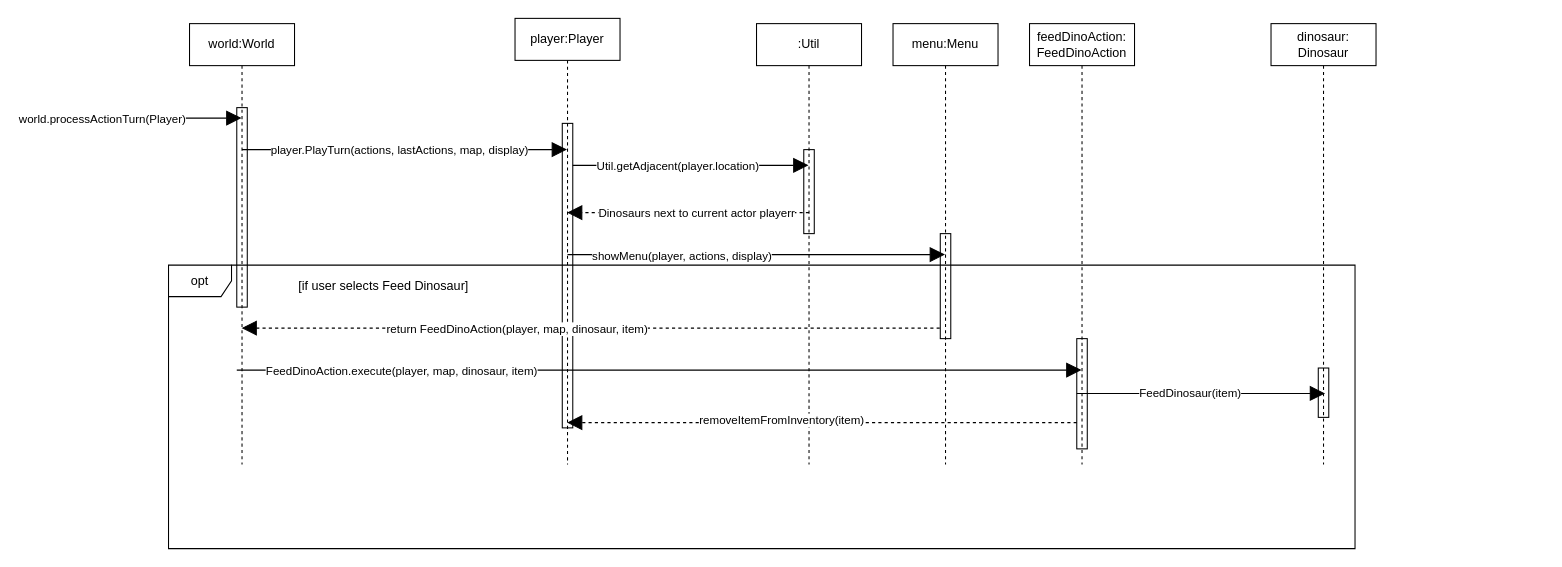
Earlier version of the draw.io diagram Diagrams/Sequence/FeedFruit Sequence Diagram.drawio (Dax246/FIT2099). Source tidied: cells renumbered, new cells numbered last; positions are measured from the earlier drawing's top-left corner, leaving out a move shared by most shapes. Both pictures are drawn from the tidied source at 105%, with x=0, y=0 at pixel (32, 18).
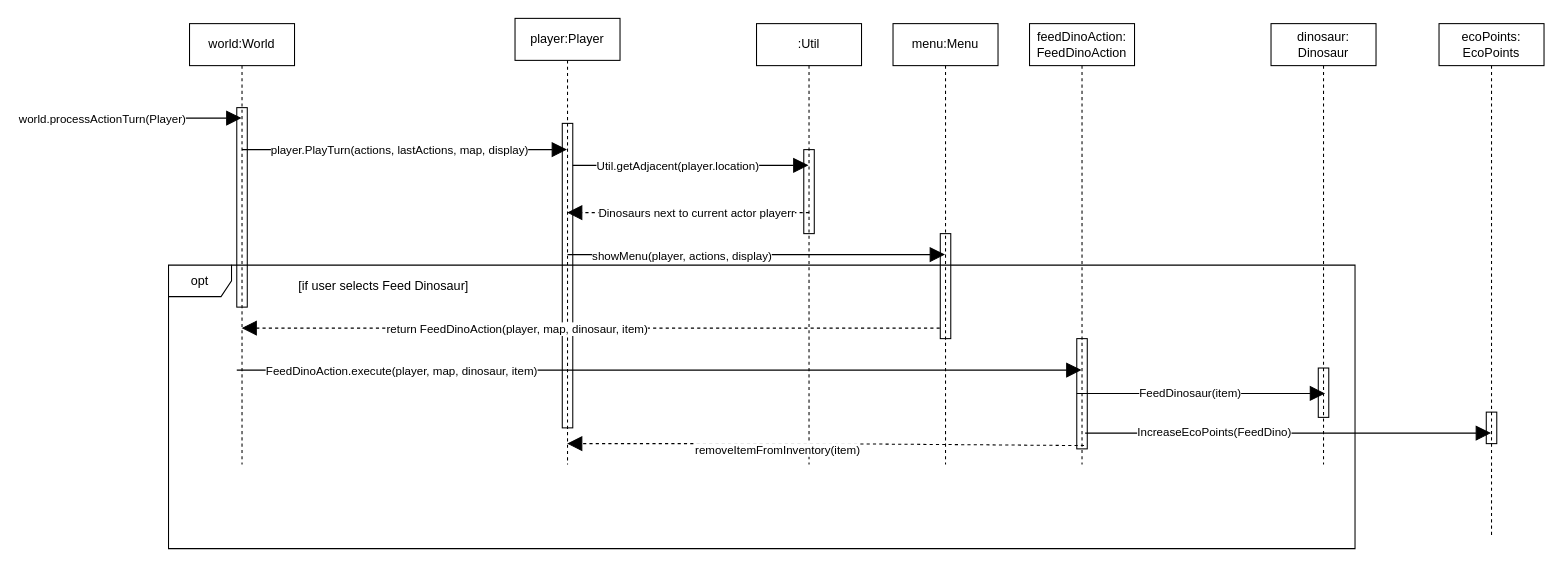
The same diagram, later.

Commit message:
Added ecopoints to feedfruit

Unchanged cells that the change refers to:
```xml
<mxCell id="6" value="player:Player" style="shape=umlLifeline;perimeter=lifelinePerimeter;whiteSpace=wrap;html=1;outlineConnect=0;" parent="1" vertex="1">
  <mxGeometry x="460" width="100" height="425" as="geometry" />
</mxCell>
<mxCell id="31" style="html=1;points=[];perimeter=orthogonalPerimeter;fillColor=none;" parent="1" vertex="1">
  <mxGeometry x="995" y="305" width="10" height="105" as="geometry" />
</mxCell>
```

Diff of the diagram source:
```diff
@@
-    <mxCell id="25" style="endArrow=block;dashed=1;endFill=1;endSize=12;html=1;" parent="1" edge="1" target="6">
+    <mxCell id="25" style="endArrow=block;dashed=1;endFill=1;endSize=12;html=1;exitX=0.686;exitY=0.97;exitDx=0;exitDy=0;exitPerimeter=0;" parent="1" edge="1" source="31" target="6">
       <mxGeometry relative="1" as="geometry">
-        <mxPoint x="995" y="385" as="sourcePoint" />
+        <Array as="points">
+          <mxPoint x="750" y="405" />
+        </Array>
       </mxGeometry>
     </mxCell>
     <mxCell id="26" value="removeItemFromInventory(item)" style="edgeLabel;html=1;align=center;verticalAlign=middle;" parent="25" vertex="1">
       <mxGeometry x="0.55" y="-3" relative="1" as="geometry">
-        <mxPoint x="94" as="offset" />
+        <mxPoint x="90" y="8" as="offset" />
       </mxGeometry>
     </mxCell>
@@
+    <mxCell id="34" value="ecoPoints:&lt;br&gt;EcoPoints" style="shape=umlLifeline;perimeter=lifelinePerimeter;whiteSpace=wrap;html=1;outlineConnect=0;" parent="1" vertex="1">
+      <mxGeometry x="1340" y="5" width="100" height="490" as="geometry" />
+    </mxCell>
+    <mxCell id="35" style="html=1;perimeter=orthogonalPerimeter;fillColor=none;" parent="34" vertex="1">
+      <mxGeometry x="45" y="370" width="10" height="30" as="geometry" />
+    </mxCell>
+    <mxCell id="36" style="endArrow=block;endFill=1;endSize=12;html=1;exitX=0.8;exitY=0.857;exitDx=0;exitDy=0;exitPerimeter=0;" parent="1" edge="1" source="31" target="34">
+      <mxGeometry relative="1" as="geometry">
+        <Array as="points">
+          <mxPoint x="1200" y="395" />
+        </Array>
+      </mxGeometry>
+    </mxCell>
+    <mxCell id="37" value="IncreaseEcoPoints(FeedDino)" style="edgeLabel;html=1;align=center;verticalAlign=middle;" parent="36" vertex="1">
+      <mxGeometry x="-0.37" y="1" relative="1" as="geometry" />
+    </mxCell>
```
